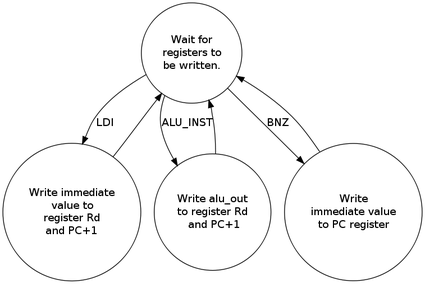
Before: assignment2/report/state_diagram.png, a diagram exported from Graphviz (olemagr/mkons). Its source is kept beside it as assignment2/report/state_diagram.dot.
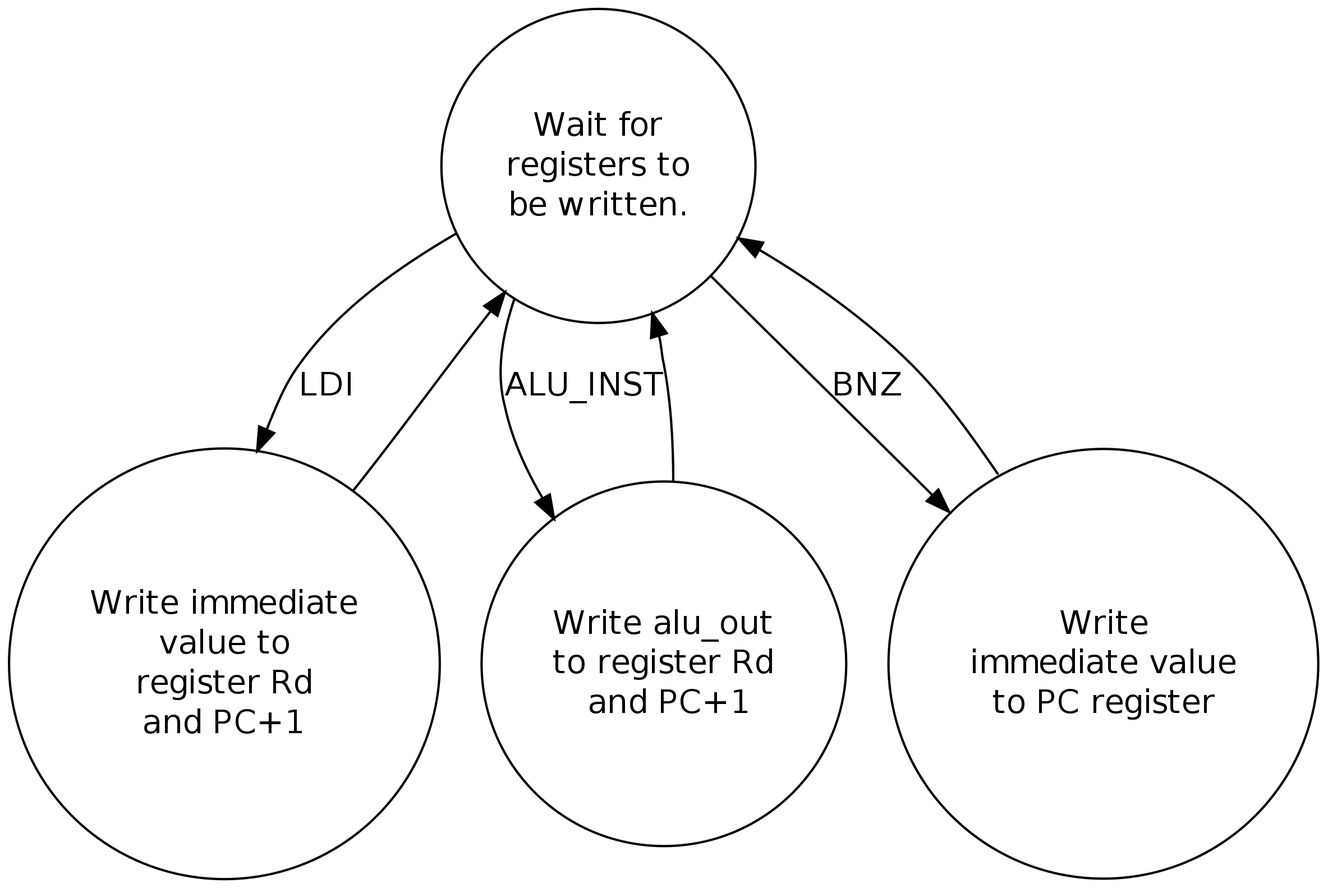
After the commit.

Diff of the diagram source:
```diff
@@ -1,5 +1,6 @@
 digraph state {
-	size="10";
+	size=50;
+	resolution=300;
 	node [shape = circle];
 	N1 [label = "Wait for\nregisters to\nbe written."];
 	N2 [label = "Write immediate\nvalue to\nregister Rd\nand PC+1"];
```
